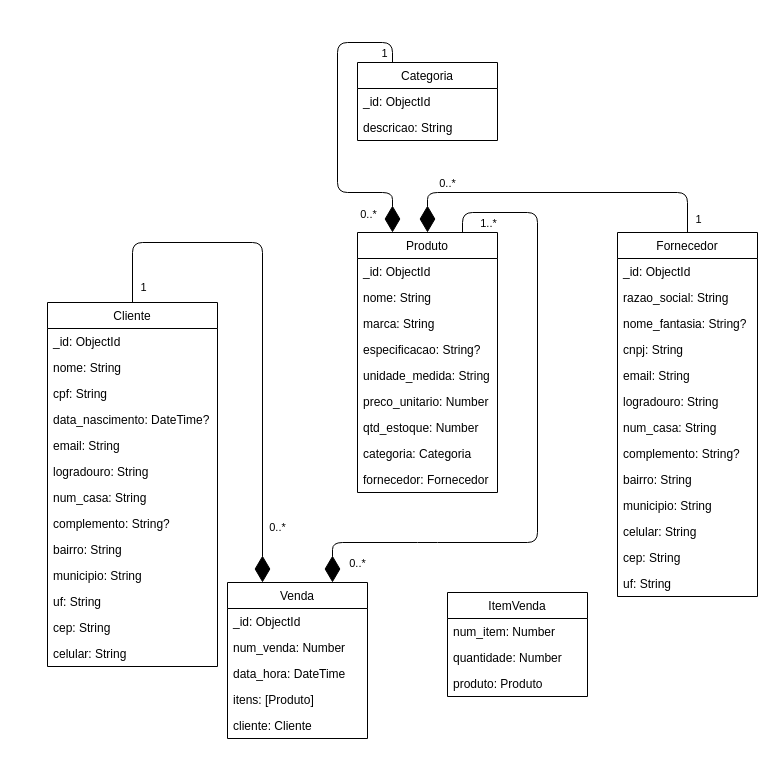
Earlier version of the draw.io diagram docs/NoaM.drawio (faustocintra/bn-not-2024-2). Source tidied: cells renumbered, new cells numbered last; positions are measured from the earlier drawing's top-left corner, leaving out a move shared by most shapes. Both pictures are drawn from the tidied source at 100%, with x=0, y=0 at pixel (47, 42).
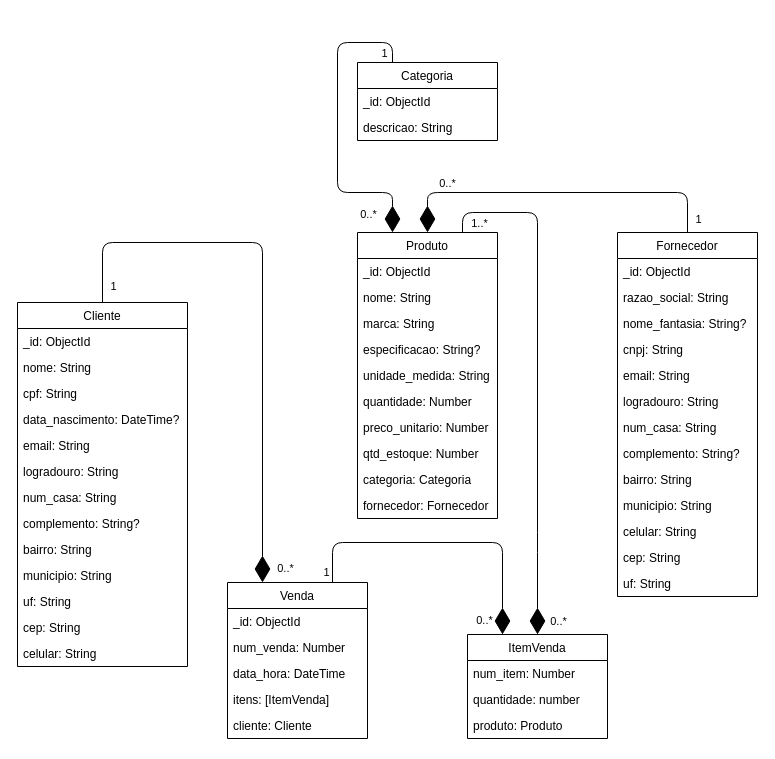
After the change.

The change refers to these unchanged cells:
```xml
<mxCell id="29" value="Venda" style="swimlane;fontStyle=0;horizontal=1;startSize=26;fillColor=none;" parent="1" vertex="1">
  <mxGeometry x="180" y="540" width="140" height="156" as="geometry" />
</mxCell>
```

The edit, as a diff of the source:
```diff
@@
     <mxCell id="2" value="Cliente" style="swimlane;fontStyle=0;horizontal=1;startSize=26;fillColor=none;" parent="1" vertex="1">
-      <mxGeometry y="260" width="170" height="364" as="geometry" />
+      <mxGeometry x="-30" y="260" width="170" height="364" as="geometry" />
     </mxCell>
@@
     <mxCell id="16" value="Produto" style="swimlane;fontStyle=0;horizontal=1;startSize=26;fillColor=none;" parent="1" vertex="1">
-      <mxGeometry x="310" y="190" width="140" height="260" as="geometry" />
+      <mxGeometry x="310" y="190" width="140" height="286" as="geometry" />
     </mxCell>
@@
+    <mxCell id="65" value="quantidade: Number" style="text;strokeColor=none;fillColor=none;align=left;verticalAlign=top;spacingLeft=4;spacingRight=4;overflow=hidden;" parent="16" vertex="1">
+      <mxGeometry y="156" width="140" height="26" as="geometry" />
+    </mxCell>
     <mxCell id="22" value="preco_unitario: Number" style="text;strokeColor=none;fillColor=none;align=left;verticalAlign=top;spacingLeft=4;spacingRight=4;overflow=hidden;" parent="16" vertex="1">
-      <mxGeometry y="156" width="140" height="26" as="geometry" />
+      <mxGeometry y="182" width="140" height="26" as="geometry" />
     </mxCell>
     <mxCell id="23" value="qtd_estoque: Number" style="text;strokeColor=none;fillColor=none;align=left;verticalAlign=top;spacingLeft=4;spacingRight=4;overflow=hidden;" parent="16" vertex="1">
-      <mxGeometry y="182" width="140" height="26" as="geometry" />
+      <mxGeometry y="208" width="140" height="26" as="geometry" />
     </mxCell>
     <mxCell id="24" value="categoria: Categoria" style="text;strokeColor=none;fillColor=none;align=left;verticalAlign=top;spacingLeft=4;spacingRight=4;overflow=hidden;" parent="16" vertex="1">
-      <mxGeometry y="208" width="140" height="26" as="geometry" />
+      <mxGeometry y="234" width="140" height="26" as="geometry" />
     </mxCell>
-    <mxCell id="25" value="fornecedor: Fornecedor" style="text;strokeColor=none;fillColor=none;align=left;verticalAlign=top;spacingLeft=4;spacingRight=4;overflow=hidden;points=[[0,0.5],[1,0.5]];portConstraint=eastwest;" parent="16" vertex="1">
-      <mxGeometry y="234" width="140" height="26" as="geometry" />
-    </mxCell>
+    <mxCell id="66" value="fornecedor: Fornecedor" style="text;strokeColor=none;fillColor=none;align=left;verticalAlign=top;spacingLeft=4;spacingRight=4;overflow=hidden;" parent="16" vertex="1">
+      <mxGeometry y="260" width="140" height="26" as="geometry" />
+    </mxCell>
@@
-    <mxCell id="33" value="itens: [Produto]" style="text;strokeColor=none;fillColor=none;align=left;verticalAlign=top;spacingLeft=4;spacingRight=4;overflow=hidden;" parent="29" vertex="1">
+    <mxCell id="33" value="itens: [ItemVenda]" style="text;strokeColor=none;fillColor=none;align=left;verticalAlign=top;spacingLeft=4;spacingRight=4;overflow=hidden;" parent="29" vertex="1">
       <mxGeometry y="104" width="140" height="26" as="geometry" />
     </mxCell>
@@
     <mxCell id="49" style="endArrow=diamondThin;endFill=1;endSize=24;html=1;exitX=0.5;exitY=0;exitDx=0;exitDy=0;entryX=0.25;entryY=0;entryDx=0;entryDy=0;" parent="1" edge="1" source="2" target="29">
       <mxGeometry relative="1" as="geometry">
         <Array as="points">
-          <mxPoint x="85" y="200" />
+          <mxPoint x="55" y="200" />
           <mxPoint x="215" y="200" />
         </Array>
       </mxGeometry>
     </mxCell>
@@
     <mxCell id="51" value="0..*" style="edgeLabel;html=1;align=center;verticalAlign=middle;" parent="49" vertex="1">
       <mxGeometry x="0.79" y="-1" relative="1" as="geometry">
-        <mxPoint x="16" as="offset" />
+        <mxPoint x="23" y="44" as="offset" />
       </mxGeometry>
     </mxCell>
-    <mxCell id="52" style="endArrow=diamondThin;endFill=1;endSize=24;html=1;exitX=0.75;exitY=0;exitDx=0;exitDy=0;entryX=0.75;entryY=0;entryDx=0;entryDy=0;" parent="1" edge="1" source="16" target="29">
+    <mxCell id="52" style="endArrow=diamondThin;endFill=1;endSize=24;html=1;exitX=0.75;exitY=0;exitDx=0;exitDy=0;entryX=0.5;entryY=0;entryDx=0;entryDy=0;" parent="1" edge="1" source="16" target="25">
       <mxGeometry relative="1" as="geometry">
         <Array as="points">
           <mxPoint x="415" y="170" />
           <mxPoint x="490" y="170" />
           <mxPoint x="490" y="500" />
-          <mxPoint x="380" y="500" />
-          <mxPoint x="285" y="500" />
         </Array>
       </mxGeometry>
     </mxCell>
@@
     <mxCell id="54" value="0..*" style="edgeLabel;html=1;align=center;verticalAlign=middle;" parent="52" vertex="1">
       <mxGeometry x="0.86" y="-2" relative="1" as="geometry">
-        <mxPoint x="17" y="22" as="offset" />
+        <mxPoint x="22" y="22" as="offset" />
       </mxGeometry>
     </mxCell>
@@
-    <mxCell id="61" value="ItemVenda" style="swimlane;fontStyle=0;horizontal=1;startSize=26;fillColor=none;" parent="1" vertex="1">
-      <mxGeometry x="400" y="550" width="140" height="104" as="geometry" />
-    </mxCell>
+    <mxCell id="25" value="ItemVenda" style="swimlane;fontStyle=0;horizontal=1;startSize=26;fillColor=none;" parent="1" vertex="1">
+      <mxGeometry x="420" y="592" width="140" height="104" as="geometry" />
+    </mxCell>
-    <mxCell id="62" value="num_item: Number" style="text;strokeColor=none;fillColor=none;align=left;verticalAlign=top;spacingLeft=4;spacingRight=4;overflow=hidden;" parent="61" vertex="1">
+    <mxCell id="62" value="num_item: Number" style="text;strokeColor=none;fillColor=none;align=left;verticalAlign=top;spacingLeft=4;spacingRight=4;overflow=hidden;" parent="25" vertex="1">
       <mxGeometry y="26" width="140" height="26" as="geometry" />
     </mxCell>
-    <mxCell id="63" value="quantidade: Number" style="text;strokeColor=none;fillColor=none;align=left;verticalAlign=top;spacingLeft=4;spacingRight=4;overflow=hidden;" parent="61" vertex="1">
+    <mxCell id="63" value="quantidade: number" style="text;strokeColor=none;fillColor=none;align=left;verticalAlign=top;spacingLeft=4;spacingRight=4;overflow=hidden;" parent="25" vertex="1">
       <mxGeometry y="52" width="140" height="26" as="geometry" />
     </mxCell>
-    <mxCell id="64" value="produto: Produto" style="text;strokeColor=none;fillColor=none;align=left;verticalAlign=top;spacingLeft=4;spacingRight=4;overflow=hidden;" parent="61" vertex="1">
+    <mxCell id="64" value="produto: Produto" style="text;strokeColor=none;fillColor=none;align=left;verticalAlign=top;spacingLeft=4;spacingRight=4;overflow=hidden;" parent="25" vertex="1">
       <mxGeometry y="78" width="140" height="26" as="geometry" />
     </mxCell>
+    <mxCell id="67" style="endArrow=diamondThin;endFill=1;endSize=24;html=1;entryX=0.25;entryY=0;entryDx=0;entryDy=0;exitX=0.75;exitY=0;exitDx=0;exitDy=0;" parent="1" edge="1" source="29" target="25">
+      <mxGeometry relative="1" as="geometry">
+        <Array as="points">
+          <mxPoint x="285" y="500" />
+          <mxPoint x="455" y="500" />
+        </Array>
+      </mxGeometry>
+    </mxCell>
+    <mxCell id="68" value="0..*" style="edgeLabel;html=1;align=center;verticalAlign=middle;" parent="67" vertex="1">
+      <mxGeometry x="0.77" y="-1" relative="1" as="geometry">
+        <mxPoint x="-18" y="20" as="offset" />
+      </mxGeometry>
+    </mxCell>
+    <mxCell id="69" value="1" style="edgeLabel;html=1;align=center;verticalAlign=middle;" parent="67" vertex="1">
+      <mxGeometry x="-0.93" y="2" relative="1" as="geometry">
+        <mxPoint x="-5" as="offset" />
+      </mxGeometry>
+    </mxCell>
```
